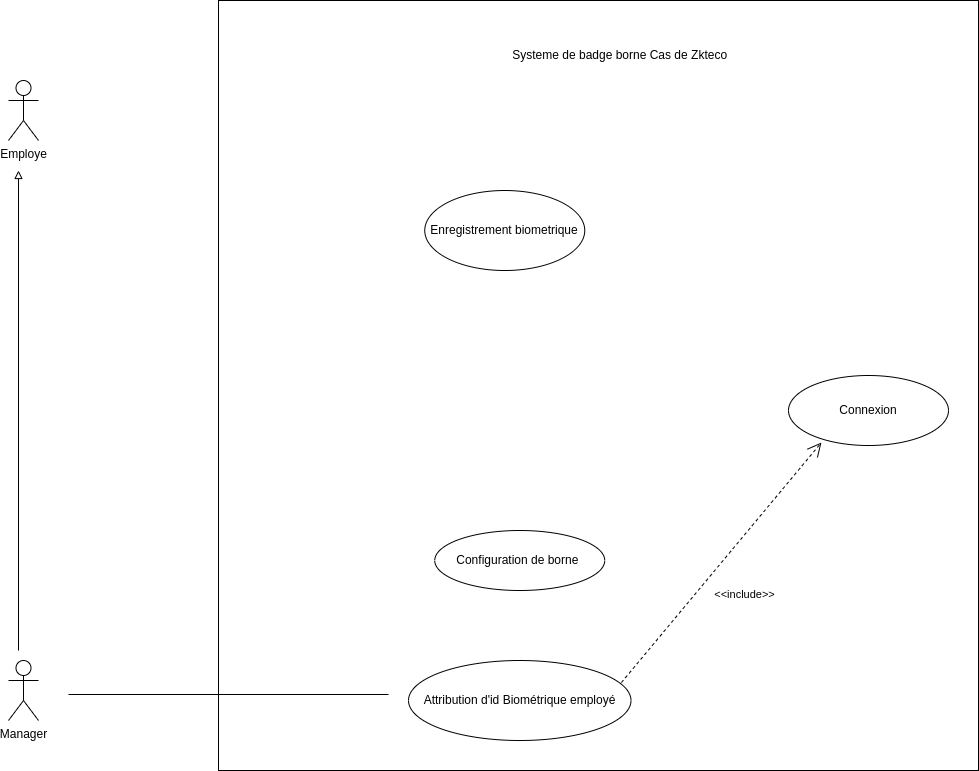
Above: static/UsecaseZkteco.drawio.png in Siluearsene/borne_biometrique (draw.io), before the change. Source tidied: cells renumbered, new cells last; positions are measured from the earlier drawing's top-left corner, leaving out a move shared by most shapes.
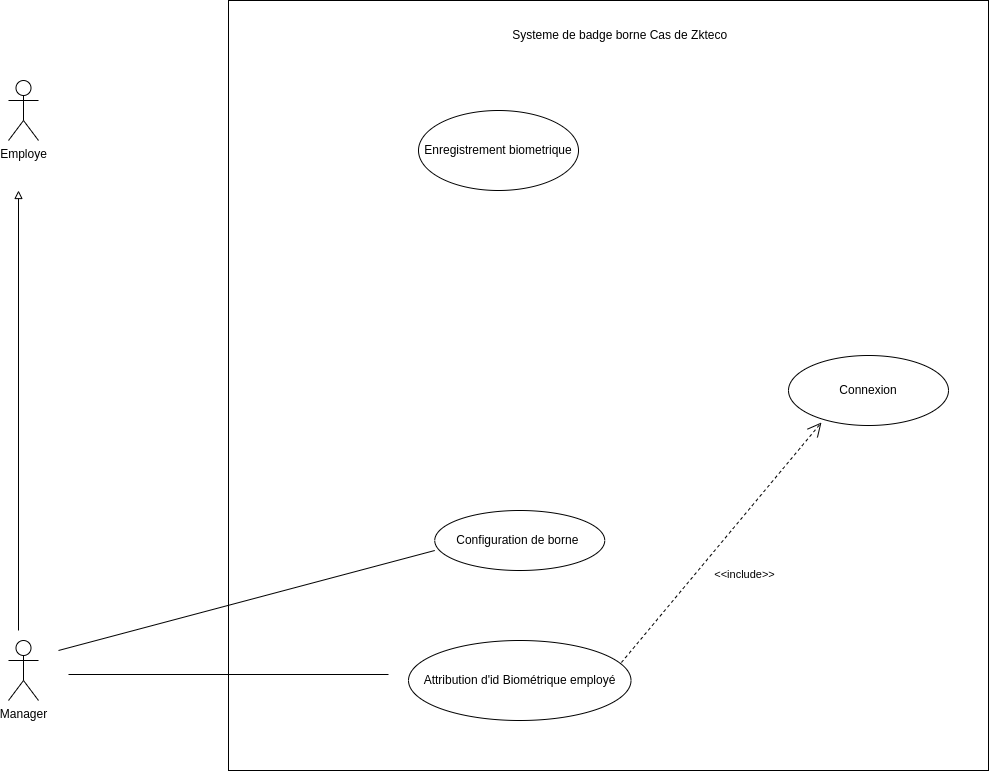
Above is the later version.

Commit message:
Mettre à jour UsecaseZkteco.drawio.png

The edit, as a diff of the source:
```diff
@@ -3,13 +3,13 @@
     <mxCell id="0" />
     <mxCell id="1" parent="0" />
     <mxCell id="2" value="Employe" style="shape=umlActor;verticalLabelPosition=bottom;verticalAlign=top;html=1;" parent="1" vertex="1">
-      <mxGeometry y="80" width="30" height="60" as="geometry" />
+      <mxGeometry y="100" width="30" height="60" as="geometry" />
     </mxCell>
     <mxCell id="3" value="Manager" style="shape=umlActor;verticalLabelPosition=bottom;verticalAlign=top;html=1;" parent="1" vertex="1">
       <mxGeometry y="660" width="30" height="60" as="geometry" />
     </mxCell>
     <mxCell id="4" style="rounded=0;whiteSpace=wrap;html=1;" parent="1" vertex="1">
-      <mxGeometry x="210" width="760" height="770" as="geometry" />
+      <mxGeometry x="220" y="20" width="760" height="770" as="geometry" />
     </mxCell>
     <mxCell id="5" value="Systeme de badge borne Cas de Zkteco&amp;nbsp;&amp;nbsp;" style="text;html=1;strokeColor=none;fillColor=none;align=center;verticalAlign=middle;whiteSpace=wrap;rounded=0;" parent="1" vertex="1">
       <mxGeometry x="490" y="40" width="250" height="30" as="geometry" />
@@ -17,7 +17,7 @@
     <mxCell id="6" style="endArrow=block;html=1;rounded=0;endFill=0;" parent="1" edge="1">
       <mxGeometry relative="1" as="geometry">
         <mxPoint x="10" y="650" as="sourcePoint" />
-        <mxPoint x="10" y="170" as="targetPoint" />
+        <mxPoint x="10" y="210" as="targetPoint" />
       </mxGeometry>
     </mxCell>
     <mxCell id="7" value="Configuration de borne&amp;nbsp;" style="ellipse;whiteSpace=wrap;html=1;" parent="1" vertex="1">
@@ -27,7 +27,7 @@
       <mxGeometry x="400" y="660" width="222.5" height="80" as="geometry" />
     </mxCell>
     <mxCell id="9" value="Enregistrement biometrique" style="ellipse;whiteSpace=wrap;html=1;" parent="1" vertex="1">
-      <mxGeometry x="416.2" y="190" width="160" height="80" as="geometry" />
+      <mxGeometry x="410" y="130" width="160" height="80" as="geometry" />
     </mxCell>
     <mxCell id="10" value="Connexion" style="ellipse;whiteSpace=wrap;html=1;" parent="1" vertex="1">
       <mxGeometry x="780" y="375" width="160" height="70" as="geometry" />
@@ -43,5 +43,11 @@
     <mxCell id="13" style="line;strokeWidth=1;fillColor=none;align=left;verticalAlign=middle;spacingTop=-1;spacingLeft=3;spacingRight=3;labelPosition=right;strokeColor=inherit;" parent="1" vertex="1">
       <mxGeometry x="60" y="690" width="320" height="8" as="geometry" />
     </mxCell>
+    <mxCell id="14" style="endArrow=none;html=1;rounded=0;" parent="1" edge="1">
+      <mxGeometry relative="1" as="geometry">
+        <mxPoint x="50" y="670" as="sourcePoint" />
+        <mxPoint x="426.2" y="570" as="targetPoint" />
+      </mxGeometry>
+    </mxCell>
   </root>
 </mxGraphModel>
```
